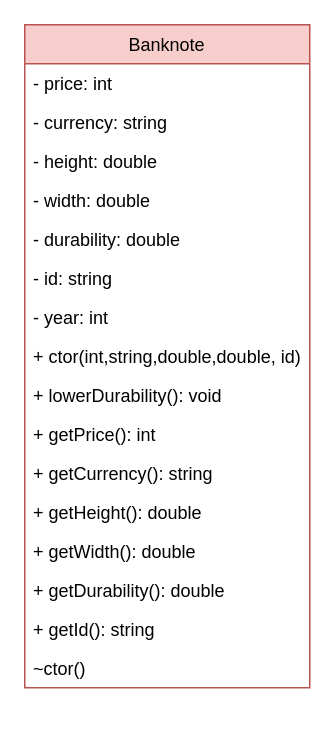
The draw.io diagram UML/Untitled Diagram.drawio in bondarenkoigor/Banknote, before the edit. Source tidied: cells renumbered, new cells numbered last; positions are measured from the earlier drawing's top-left corner, leaving out a move shared by most shapes. Both pictures are drawn from the tidied source at 150%, with x=0, y=0 at pixel (24, 24).
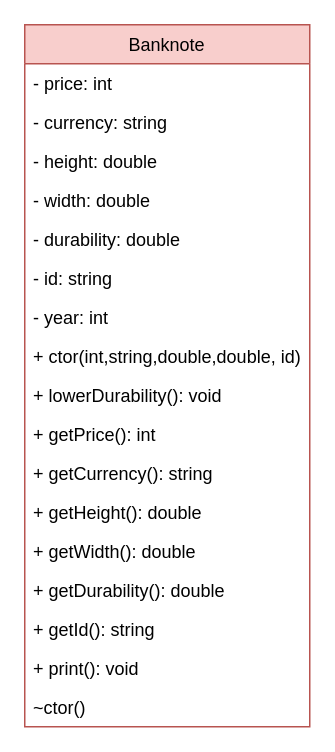
The same page after the edit.

Commit message:
print() added(UML)

Change to the diagram source:
```diff
@@
 <mxGraphModel>
   <root>
     <mxCell id="0" />
     <mxCell id="1" parent="0" />
     <mxCell id="2" value="Banknote" style="swimlane;fontStyle=0;horizontal=1;startSize=26;fillColor=#f8cecc;strokeColor=#b85450;" parent="1" vertex="1">
-      <mxGeometry width="190" height="442" as="geometry" />
+      <mxGeometry width="190" height="468" as="geometry" />
     </mxCell>
     <mxCell id="3" value="- price: int" style="text;strokeColor=none;fillColor=none;align=left;verticalAlign=top;spacingLeft=4;spacingRight=4;overflow=hidden;" parent="2" vertex="1">
       <mxGeometry y="26" width="190" height="26" as="geometry" />
     </mxCell>
     <mxCell id="4" value="- currency: string" style="text;strokeColor=none;fillColor=none;align=left;verticalAlign=top;spacingLeft=4;spacingRight=4;overflow=hidden;" parent="2" vertex="1">
       <mxGeometry y="52" width="190" height="26" as="geometry" />
     </mxCell>
     <mxCell id="5" value="- height: double" style="text;strokeColor=none;fillColor=none;align=left;verticalAlign=top;spacingLeft=4;spacingRight=4;overflow=hidden;" parent="2" vertex="1">
       <mxGeometry y="78" width="190" height="26" as="geometry" />
     </mxCell>
     <mxCell id="6" value="- width: double" style="text;strokeColor=none;fillColor=none;align=left;verticalAlign=top;spacingLeft=4;spacingRight=4;overflow=hidden;" parent="2" vertex="1">
       <mxGeometry y="104" width="190" height="26" as="geometry" />
     </mxCell>
     <mxCell id="7" value="- durability: double" style="text;strokeColor=none;fillColor=none;align=left;verticalAlign=top;spacingLeft=4;spacingRight=4;overflow=hidden;" parent="2" vertex="1">
       <mxGeometry y="130" width="190" height="26" as="geometry" />
     </mxCell>
     <mxCell id="8" value="- id: string" style="text;strokeColor=none;fillColor=none;align=left;verticalAlign=top;spacingLeft=4;spacingRight=4;overflow=hidden;" parent="2" vertex="1">
       <mxGeometry y="156" width="190" height="26" as="geometry" />
     </mxCell>
     <mxCell id="9" value="- year: int" style="text;strokeColor=none;fillColor=none;align=left;verticalAlign=top;spacingLeft=4;spacingRight=4;overflow=hidden;" parent="2" vertex="1">
       <mxGeometry y="182" width="190" height="26" as="geometry" />
     </mxCell>
     <mxCell id="10" value="+ ctor(int,string,double,double, id)" style="text;strokeColor=none;fillColor=none;align=left;verticalAlign=top;spacingLeft=4;spacingRight=4;overflow=hidden;" parent="2" vertex="1">
       <mxGeometry y="208" width="190" height="26" as="geometry" />
     </mxCell>
     <mxCell id="11" value="+ lowerDurability(): void" style="text;strokeColor=none;fillColor=none;align=left;verticalAlign=top;spacingLeft=4;spacingRight=4;overflow=hidden;" parent="2" vertex="1">
       <mxGeometry y="234" width="190" height="26" as="geometry" />
     </mxCell>
     <mxCell id="12" value="+ getPrice(): int " style="text;strokeColor=none;fillColor=none;align=left;verticalAlign=top;spacingLeft=4;spacingRight=4;overflow=hidden;" parent="2" vertex="1">
       <mxGeometry y="260" width="190" height="26" as="geometry" />
     </mxCell>
     <mxCell id="13" value="+ getCurrency(): string" style="text;strokeColor=none;fillColor=none;align=left;verticalAlign=top;spacingLeft=4;spacingRight=4;overflow=hidden;" parent="2" vertex="1">
       <mxGeometry y="286" width="190" height="26" as="geometry" />
     </mxCell>
     <mxCell id="14" value="+ getHeight(): double" style="text;strokeColor=none;fillColor=none;align=left;verticalAlign=top;spacingLeft=4;spacingRight=4;overflow=hidden;" parent="2" vertex="1">
       <mxGeometry y="312" width="190" height="26" as="geometry" />
     </mxCell>
     <mxCell id="15" value="+ getWidth(): double" style="text;strokeColor=none;fillColor=none;align=left;verticalAlign=top;spacingLeft=4;spacingRight=4;overflow=hidden;" parent="2" vertex="1">
       <mxGeometry y="338" width="190" height="26" as="geometry" />
     </mxCell>
     <mxCell id="16" value="+ getDurability(): double" style="text;strokeColor=none;fillColor=none;align=left;verticalAlign=top;spacingLeft=4;spacingRight=4;overflow=hidden;" parent="2" vertex="1">
       <mxGeometry y="364" width="190" height="26" as="geometry" />
     </mxCell>
     <mxCell id="17" value="+ getId(): string" style="text;strokeColor=none;fillColor=none;align=left;verticalAlign=top;spacingLeft=4;spacingRight=4;overflow=hidden;" parent="2" vertex="1">
       <mxGeometry y="390" width="190" height="26" as="geometry" />
     </mxCell>
+    <mxCell id="19" value="+ print(): void" style="text;strokeColor=none;fillColor=none;align=left;verticalAlign=top;spacingLeft=4;spacingRight=4;overflow=hidden;" parent="2" vertex="1">
+      <mxGeometry y="416" width="190" height="26" as="geometry" />
+    </mxCell>
     <mxCell id="18" value="~ctor()" style="text;strokeColor=none;fillColor=none;align=left;verticalAlign=top;spacingLeft=4;spacingRight=4;overflow=hidden;" parent="2" vertex="1">
-      <mxGeometry y="416" width="190" height="26" as="geometry" />
+      <mxGeometry y="442" width="190" height="26" as="geometry" />
     </mxCell>
   </root>
 </mxGraphModel>
```
